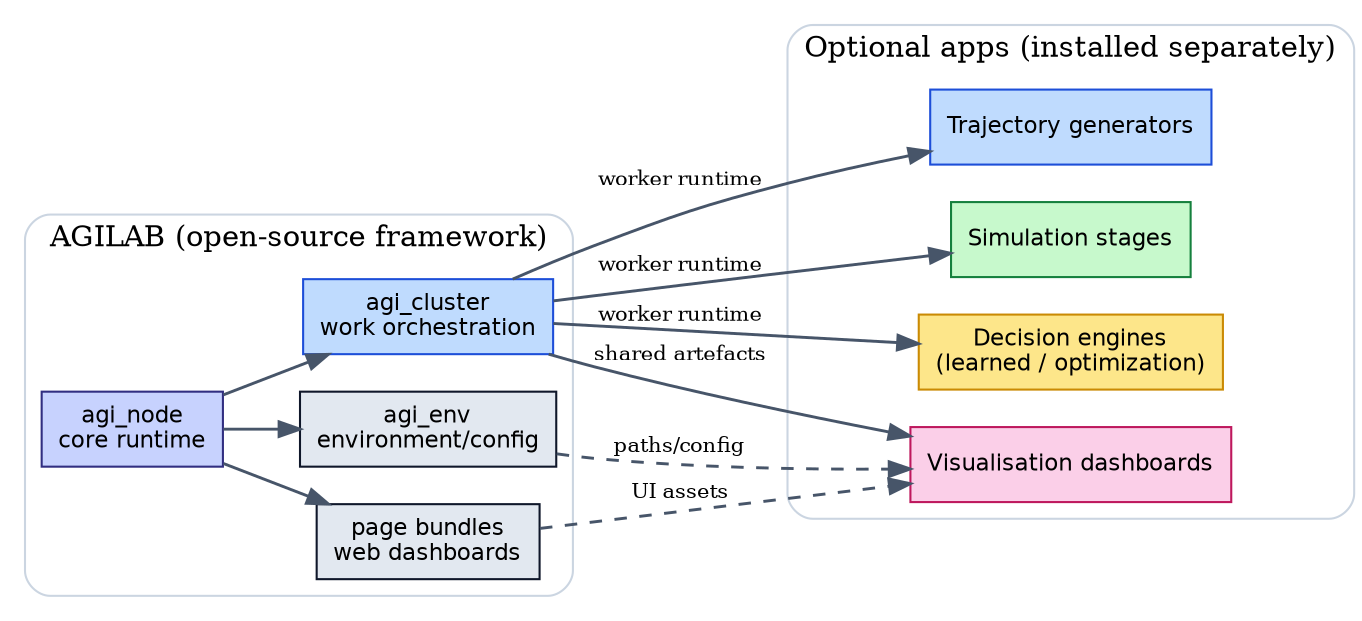
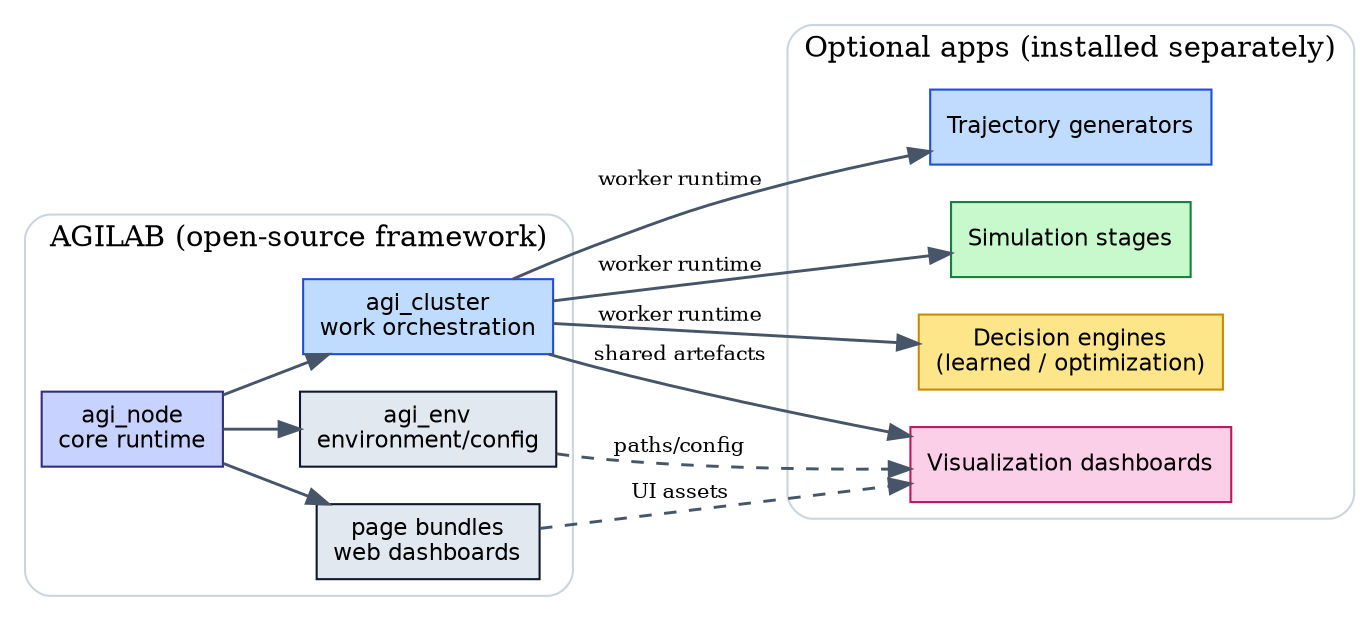
digraph RepoSplit {
  rankdir=LR;
  node [shape=box, style=filled, color="#0f172a", fillcolor="#e2e8f0", fontname="Helvetica", fontsize=11];
  edge [color="#475569", penwidth=1.4];

  subgraph cluster_framework {
    label="AGILAB (open-source framework)";
    style=rounded;
    color="#cbd5e1";
    FrameworkCore [label="agi_node\ncore runtime", fillcolor="#c7d2fe", color="#312e81"];
    FrameworkCluster [label="agi_cluster\nwork orchestration", fillcolor="#bfdbfe", color="#1d4ed8"];
    FrameworkEnv [label="agi_env\nenvironment/config"];
    FrameworkPages [label="page bundles\nweb dashboards"];
  }

  subgraph cluster_apps {
    label="Optional apps (installed separately)";
    style=rounded;
    color="#cbd5e1";
    AppTraj [label="Trajectory generators", fillcolor="#bfdbfe", color="#1d4ed8"];
    AppSim [label="Simulation stages", fillcolor="#c7f9cc", color="#15803d"];
    AppDecision [label="Decision engines\n(learned / optimization)", fillcolor="#fde68a", color="#ca8a04"];
-     AppViz [label="Visualisation dashboards", fillcolor="#fbcfe8", color="#be185d"];
+     AppViz [label="Visualization dashboards", fillcolor="#fbcfe8", color="#be185d"];
  }

  FrameworkCore -> FrameworkCluster;
  FrameworkCore -> FrameworkEnv;
  FrameworkCore -> FrameworkPages;
  FrameworkCluster -> AppTraj [label="worker runtime", fontsize=10];
  FrameworkCluster -> AppSim [label="worker runtime", fontsize=10];
  FrameworkCluster -> AppDecision [label="worker runtime", fontsize=10];
  FrameworkCluster -> AppViz [label="shared artefacts", fontsize=10];
  FrameworkEnv -> AppViz [style=dashed, label="paths/config", fontsize=10];
  FrameworkPages -> AppViz [style=dashed, label="UI assets", fontsize=10];
}
